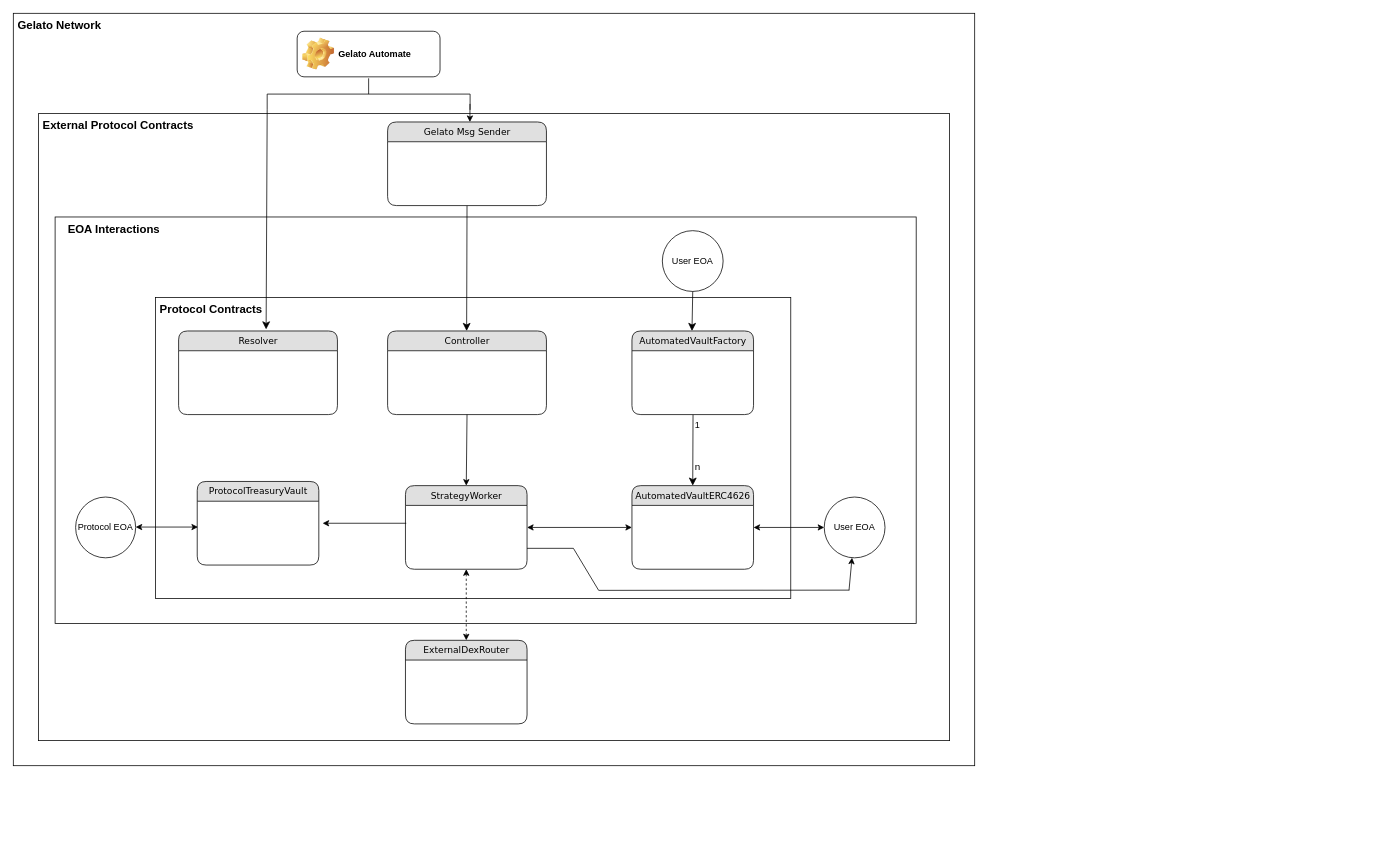
Earlier version of the draw.io diagram docs/architecture_diagram.drawio (adsvferreira/ERC4626-DCA-Vaults). Source tidied: cells renumbered, new cells numbered last; positions are measured from the earlier drawing's top-left corner, leaving out a move shared by most shapes. Both pictures are drawn from the tidied source at 76%, with x=0, y=0 at pixel (13, -8).
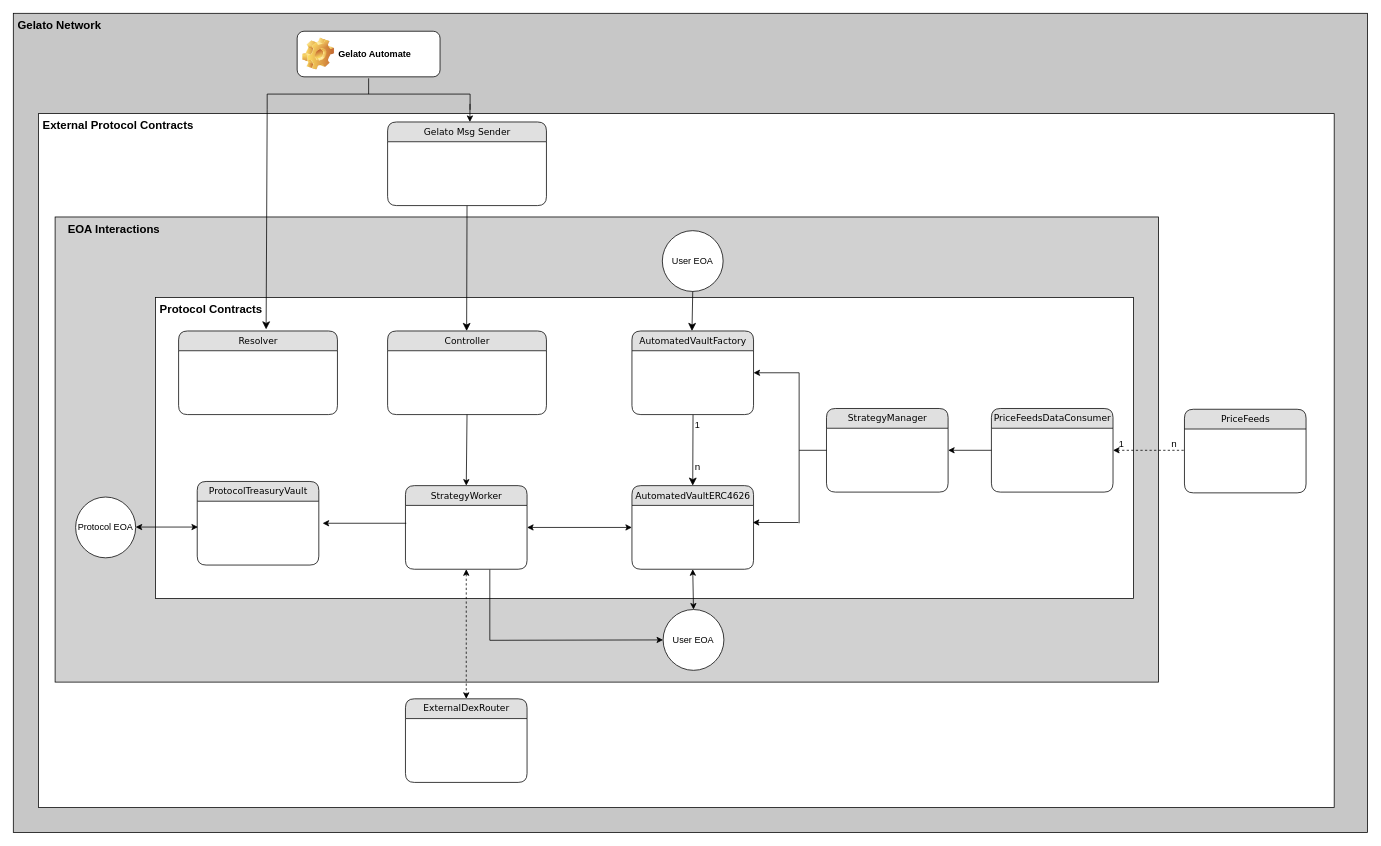
The same page after the edit.

Commit message (it also covers changes not shown here):
:sparkles: update architecture diagrams

The change refers to these unchanged cells:
```xml
<mxCell id="8" value="AutomatedVaultERC4626" style="swimlane;html=1;fontStyle=0;horizontal=1;startSize=26;fillColor=#e0e0e0;swimlaneFillColor=#ffffff;align=center;rounded=1;shadow=0;comic=0;labelBackgroundColor=none;strokeWidth=1;fontFamily=Verdana;fontSize=12;" parent="1" vertex="1">
  <mxGeometry x="814" y="648.5" width="160" height="110" as="geometry" />
</mxCell>
<mxCell id="10" value="AutomatedVaultFactory" style="swimlane;html=1;fontStyle=0;horizontal=1;startSize=26;fillColor=#e0e0e0;swimlaneFillColor=#ffffff;align=center;rounded=1;shadow=0;comic=0;labelBackgroundColor=none;strokeWidth=1;fontFamily=Verdana;fontSize=12;" parent="1" vertex="1">
  <mxGeometry x="814" y="445" width="160" height="110" as="geometry" />
</mxCell>
<mxCell id="15" value="StrategyWorker" style="swimlane;html=1;fontStyle=0;horizontal=1;startSize=26;fillColor=#e0e0e0;swimlaneFillColor=#ffffff;align=center;rounded=1;shadow=0;comic=0;labelBackgroundColor=none;strokeWidth=1;fontFamily=Verdana;fontSize=12;" parent="1" vertex="1">
  <mxGeometry x="516" y="648.5" width="160" height="110" as="geometry" />
</mxCell>
```

What changed in the source:
```diff
@@
-    <mxCell id="2" style="rounded=0;whiteSpace=wrap;html=1;" parent="1" vertex="1">
-      <mxGeometry y="27" width="1265" height="990" as="geometry" />
+    <mxCell id="2" style="rounded=0;whiteSpace=wrap;html=1;fillColor=#c7c7c7;" parent="1" vertex="1">
+      <mxGeometry y="27" width="1782" height="1078" as="geometry" />
     </mxCell>
     <mxCell id="3" style="rounded=0;whiteSpace=wrap;html=1;" parent="1" vertex="1">
-      <mxGeometry x="33" y="159" width="1199" height="825" as="geometry" />
+      <mxGeometry x="33" y="159" width="1705" height="913" as="geometry" />
     </mxCell>
-    <mxCell id="4" style="rounded=0;whiteSpace=wrap;html=1;" parent="1" vertex="1">
-      <mxGeometry x="55" y="295" width="1133" height="535" as="geometry" />
+    <mxCell id="4" style="rounded=0;whiteSpace=wrap;html=1;fillColor=#d1d1d1;" parent="1" vertex="1">
+      <mxGeometry x="55" y="295" width="1452" height="612" as="geometry" />
     </mxCell>
     <mxCell id="5" style="rounded=0;whiteSpace=wrap;html=1;" parent="1" vertex="1">
-      <mxGeometry x="187" y="401" width="836" height="396" as="geometry" />
+      <mxGeometry x="187" y="401" width="1287" height="396" as="geometry" />
     </mxCell>
@@
     <mxCell id="13" value="User EOA" style="ellipse;whiteSpace=wrap;html=1;" parent="1" vertex="1">
-      <mxGeometry x="1067" y="663.5" width="80" height="80" as="geometry" />
+      <mxGeometry x="855" y="811.5" width="80" height="80" as="geometry" />
     </mxCell>
-    <mxCell id="14" style="endArrow=classic;startArrow=classic;html=1;rounded=0;exitX=1;exitY=0.5;exitDx=0;exitDy=0;entryX=0;entryY=0.5;entryDx=0;entryDy=0;" parent="1" edge="1" source="8" target="13">
+    <mxCell id="14" style="endArrow=classic;startArrow=classic;html=1;rounded=0;exitX=0.5;exitY=1;exitDx=0;exitDy=0;entryX=0.5;entryY=0;entryDx=0;entryDy=0;" parent="1" edge="1" source="8" target="13">
       <mxGeometry relative="1" as="geometry" />
     </mxCell>
@@
     <mxCell id="17" value="ExternalDexRouter" style="swimlane;html=1;fontStyle=0;horizontal=1;startSize=26;fillColor=#e0e0e0;swimlaneFillColor=#ffffff;align=center;rounded=1;shadow=0;comic=0;labelBackgroundColor=none;strokeWidth=1;fontFamily=Verdana;fontSize=12;" parent="1" vertex="1">
-      <mxGeometry x="516" y="852" width="160" height="110" as="geometry" />
+      <mxGeometry x="516" y="929" width="160" height="110" as="geometry" />
     </mxCell>
@@
-    <mxCell id="31" style="endArrow=none;html=1;rounded=0;exitX=1;exitY=0.75;exitDx=0;exitDy=0;" parent="1" edge="1" source="15">
-      <mxGeometry relative="1" as="geometry">
-        <mxPoint x="737" y="731" as="targetPoint" />
-      </mxGeometry>
-    </mxCell>
-    <mxCell id="32" style="endArrow=none;html=1;rounded=0;exitX=1;exitY=0.75;exitDx=0;exitDy=0;" parent="1" edge="1">
-      <mxGeometry relative="1" as="geometry">
-        <mxPoint x="737" y="731" as="sourcePoint" />
-        <mxPoint x="770" y="786" as="targetPoint" />
-      </mxGeometry>
-    </mxCell>
-    <mxCell id="33" style="endArrow=none;html=1;rounded=0;entryX=0.945;entryY=0.917;entryDx=0;entryDy=0;entryPerimeter=0;" parent="1" edge="1">
-      <mxGeometry relative="1" as="geometry">
-        <mxPoint x="770" y="786.3" as="sourcePoint" />
-        <mxPoint x="1100.1" y="786" as="targetPoint" />
-      </mxGeometry>
-    </mxCell>
-    <mxCell id="34" style="endArrow=classic;html=1;rounded=0;exitX=0.922;exitY=0.918;exitDx=0;exitDy=0;exitPerimeter=0;" parent="1" edge="1" source="4" target="13">
-      <mxGeometry relative="1" as="geometry" />
-    </mxCell>
@@
+    <mxCell id="40" style="endArrow=classic;html=1;rounded=0;entryX=0;entryY=0.5;entryDx=0;entryDy=0;" parent="1" edge="1" target="13">
+      <mxGeometry relative="1" as="geometry">
+        <mxPoint x="627" y="852" as="sourcePoint" />
+      </mxGeometry>
+    </mxCell>
+    <mxCell id="41" value="StrategyManager" style="swimlane;html=1;fontStyle=0;horizontal=1;startSize=26;fillColor=#e0e0e0;swimlaneFillColor=#ffffff;align=center;rounded=1;shadow=0;comic=0;labelBackgroundColor=none;strokeWidth=1;fontFamily=Verdana;fontSize=12;" parent="1" vertex="1">
+      <mxGeometry x="1070" y="547" width="160" height="110" as="geometry" />
+    </mxCell>
+    <mxCell id="42" value="PriceFeedsDataConsumer" style="swimlane;html=1;fontStyle=0;horizontal=1;startSize=26;fillColor=#e0e0e0;swimlaneFillColor=#ffffff;align=center;rounded=1;shadow=0;comic=0;labelBackgroundColor=none;strokeWidth=1;fontFamily=Verdana;fontSize=12;" parent="1" vertex="1">
+      <mxGeometry x="1287" y="547" width="160" height="110" as="geometry" />
+    </mxCell>
+    <mxCell id="43" style="endArrow=classic;html=1;rounded=0;exitX=0;exitY=0.5;exitDx=0;exitDy=0;entryX=1;entryY=0.5;entryDx=0;entryDy=0;" parent="1" edge="1" source="42" target="41">
+      <mxGeometry relative="1" as="geometry" />
+    </mxCell>
+    <mxCell id="44" style="endArrow=none;html=1;rounded=0;exitX=0;exitY=0.5;exitDx=0;exitDy=0;" parent="1" edge="1" source="41">
+      <mxGeometry relative="1" as="geometry">
+        <mxPoint x="1034" y="602" as="targetPoint" />
+      </mxGeometry>
+    </mxCell>
+    <mxCell id="45" style="endArrow=none;html=1;rounded=0;" parent="1" edge="1">
+      <mxGeometry relative="1" as="geometry">
+        <mxPoint x="1034" y="698" as="sourcePoint" />
+        <mxPoint x="1034" y="500" as="targetPoint" />
+      </mxGeometry>
+    </mxCell>
+    <mxCell id="46" style="endArrow=classic;html=1;rounded=0;entryX=1;entryY=0.5;entryDx=0;entryDy=0;" parent="1" edge="1" target="10">
+      <mxGeometry relative="1" as="geometry">
+        <mxPoint x="1034" y="500" as="sourcePoint" />
+      </mxGeometry>
+    </mxCell>
+    <mxCell id="47" style="endArrow=classic;html=1;rounded=0;entryX=1;entryY=0.5;entryDx=0;entryDy=0;" parent="1" edge="1">
+      <mxGeometry relative="1" as="geometry">
+        <mxPoint x="1033" y="697" as="sourcePoint" />
+        <mxPoint x="973" y="697" as="targetPoint" />
+      </mxGeometry>
+    </mxCell>
+    <mxCell id="48" style="endArrow=none;html=1;rounded=0;" parent="1" edge="1">
+      <mxGeometry relative="1" as="geometry">
+        <mxPoint x="627" y="852" as="sourcePoint" />
+        <mxPoint x="627" y="759" as="targetPoint" />
+      </mxGeometry>
+    </mxCell>
+    <mxCell id="49" value="PriceFeeds" style="swimlane;html=1;fontStyle=0;horizontal=1;startSize=26;fillColor=#e0e0e0;swimlaneFillColor=#ffffff;align=center;rounded=1;shadow=0;comic=0;labelBackgroundColor=none;strokeWidth=1;fontFamily=Verdana;fontSize=12;" parent="1" vertex="1">
+      <mxGeometry x="1541" y="548" width="160" height="110" as="geometry" />
+    </mxCell>
+    <mxCell id="50" style="endArrow=classic;html=1;rounded=0;entryX=1;entryY=0.5;entryDx=0;entryDy=0;dashed=1;" parent="1" edge="1" target="42">
+      <mxGeometry relative="1" as="geometry">
+        <mxPoint x="1540" y="602" as="sourcePoint" />
+      </mxGeometry>
+    </mxCell>
+    <mxCell id="51" value="&lt;font style=&quot;font-size: 12px;&quot;&gt;1&lt;/font&gt;" style="text;html=1;strokeColor=none;fillColor=none;spacingLeft=4;spacingRight=4;whiteSpace=wrap;overflow=hidden;fontSize=12;" parent="1" vertex="1">
+      <mxGeometry x="1449" y="580" width="22" height="22" as="geometry" />
+    </mxCell>
+    <mxCell id="52" value="&lt;font style=&quot;font-size: 13px;&quot;&gt;n&lt;/font&gt;" style="text;html=1;strokeColor=none;fillColor=none;spacingLeft=4;spacingRight=4;whiteSpace=wrap;overflow=hidden;fontSize=13;" parent="1" vertex="1">
+      <mxGeometry x="1518" y="579" width="22" height="22" as="geometry" />
+    </mxCell>
```
